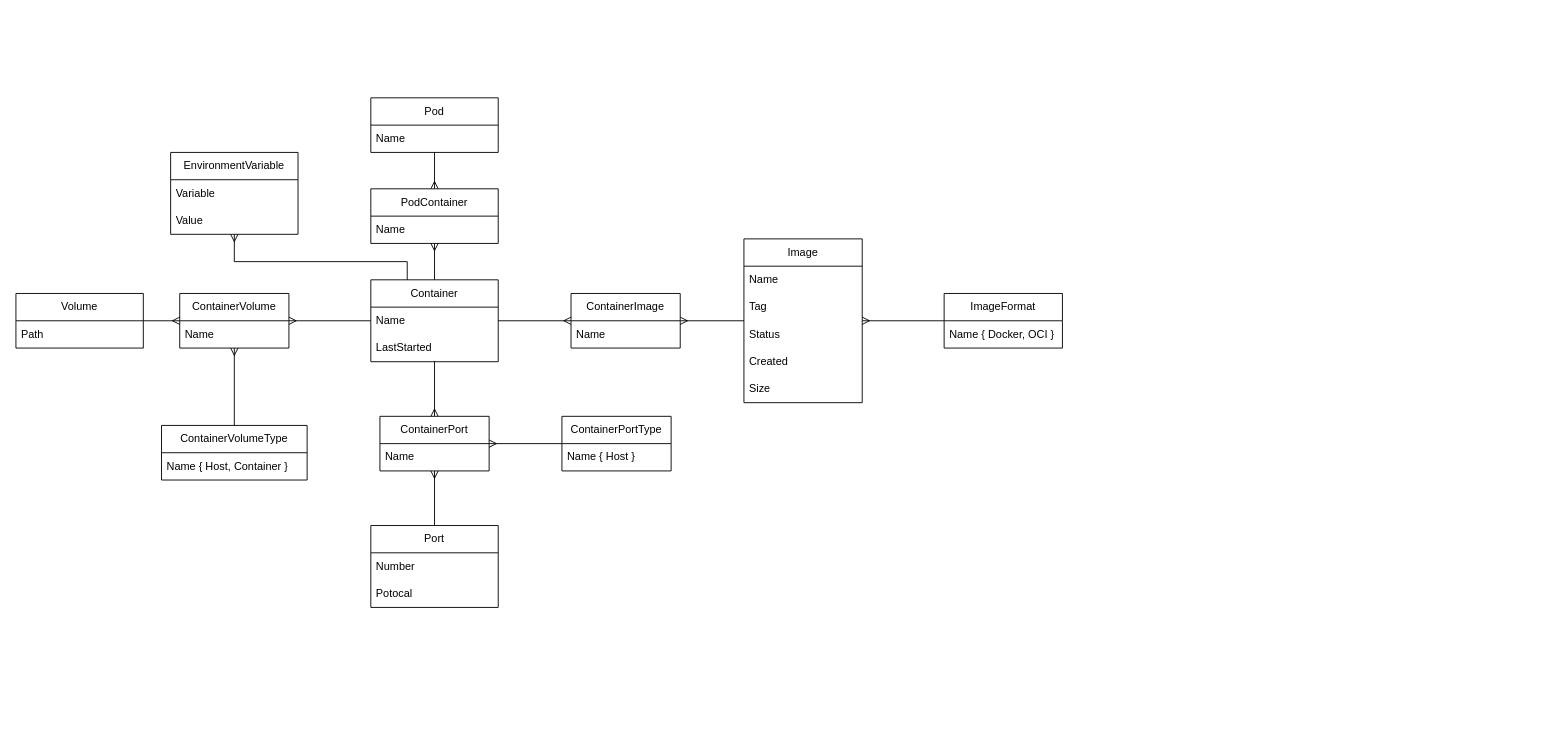
This is kubernetes.drawio from chavp/data-modeling, a draw.io file, before an edit. Source tidied: cells renumbered, new cells numbered last; positions are measured from the earlier drawing's top-left corner, leaving out a move shared by most shapes. Both pictures are drawn from the tidied source at 91%, with x=0, y=0 at pixel (15, 97).
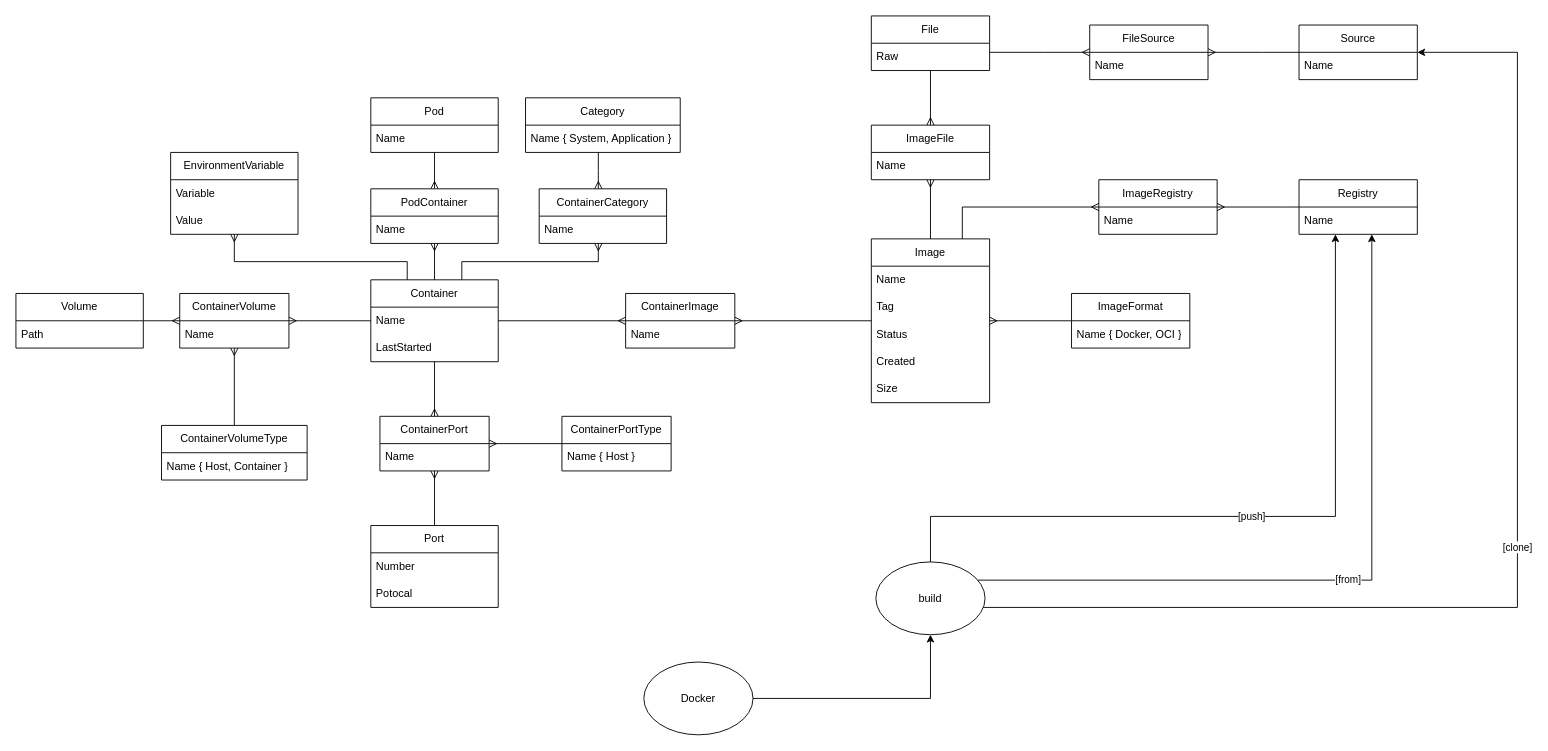
The same diagram, later.

The change refers to these unchanged cells:
```xml
<mxCell id="4" value="Container" style="swimlane;fontStyle=0;horizontal=1;startSize=30;whiteSpace=wrap;html=1;" parent="1" vertex="1">
  <mxGeometry x="390" y="200" width="140" height="90" as="geometry" />
</mxCell>
```

What changed in the source:
```diff
@@
     <mxCell id="7" value="Image" style="swimlane;fontStyle=0;horizontal=1;startSize=30;whiteSpace=wrap;html=1;" parent="1" vertex="1">
-      <mxGeometry x="800" y="155" width="130" height="180" as="geometry" />
+      <mxGeometry x="940" y="155" width="130" height="180" as="geometry" />
     </mxCell>
@@
     <mxCell id="19" value="ContainerImage" style="swimlane;fontStyle=0;horizontal=1;startSize=30;whiteSpace=wrap;html=1;" parent="1" vertex="1">
-      <mxGeometry x="610" y="215" width="120" height="60" as="geometry" />
+      <mxGeometry x="670" y="215" width="120" height="60" as="geometry" />
     </mxCell>
@@
     <mxCell id="44" value="ImageFormat" style="swimlane;fontStyle=0;horizontal=1;startSize=30;whiteSpace=wrap;html=1;" parent="1" vertex="1">
-      <mxGeometry x="1020" y="215" width="130" height="60" as="geometry" />
+      <mxGeometry x="1160" y="215" width="130" height="60" as="geometry" />
     </mxCell>
@@
+    <mxCell id="47" value="File" style="swimlane;fontStyle=0;horizontal=1;startSize=30;whiteSpace=wrap;html=1;" parent="1" vertex="1">
+      <mxGeometry x="940" y="-90" width="130" height="60" as="geometry" />
+    </mxCell>
+    <mxCell id="48" value="Raw" style="text;strokeColor=none;fillColor=none;align=left;verticalAlign=middle;spacingLeft=4;spacingRight=4;overflow=hidden;whiteSpace=wrap;html=1;" parent="47" vertex="1">
+      <mxGeometry y="30" width="130" height="30" as="geometry" />
+    </mxCell>
+    <mxCell id="49" value="ImageFile" style="swimlane;fontStyle=0;horizontal=1;startSize=30;whiteSpace=wrap;html=1;" parent="1" vertex="1">
+      <mxGeometry x="940" y="30" width="130" height="60" as="geometry" />
+    </mxCell>
+    <mxCell id="50" value="Name" style="text;strokeColor=none;fillColor=none;align=left;verticalAlign=middle;spacingLeft=4;spacingRight=4;overflow=hidden;whiteSpace=wrap;html=1;" parent="49" vertex="1">
+      <mxGeometry y="30" width="130" height="30" as="geometry" />
+    </mxCell>
+    <mxCell id="51" style="edgeStyle=orthogonalEdgeStyle;rounded=0;jettySize=auto;html=1;endArrow=none;endFill=0;startArrow=ERmany;startFill=0;" parent="1" edge="1" source="49" target="7">
+      <mxGeometry relative="1" as="geometry" />
+    </mxCell>
+    <mxCell id="52" style="edgeStyle=orthogonalEdgeStyle;rounded=0;jettySize=auto;html=1;endArrow=none;endFill=0;startArrow=ERmany;startFill=0;" parent="1" edge="1" source="49" target="47">
+      <mxGeometry relative="1" as="geometry" />
+    </mxCell>
+    <mxCell id="53" value="Registry" style="swimlane;fontStyle=0;horizontal=1;startSize=30;whiteSpace=wrap;html=1;" parent="1" vertex="1">
+      <mxGeometry x="1410" y="90" width="130" height="60" as="geometry" />
+    </mxCell>
+    <mxCell id="54" value="Name" style="text;strokeColor=none;fillColor=none;align=left;verticalAlign=middle;spacingLeft=4;spacingRight=4;overflow=hidden;whiteSpace=wrap;html=1;" parent="53" vertex="1">
+      <mxGeometry y="30" width="130" height="30" as="geometry" />
+    </mxCell>
+    <mxCell id="55" value="ImageRegistry" style="swimlane;fontStyle=0;horizontal=1;startSize=30;whiteSpace=wrap;html=1;" parent="1" vertex="1">
+      <mxGeometry x="1190" y="90" width="130" height="60" as="geometry" />
+    </mxCell>
+    <mxCell id="56" value="Name" style="text;strokeColor=none;fillColor=none;align=left;verticalAlign=middle;spacingLeft=4;spacingRight=4;overflow=hidden;whiteSpace=wrap;html=1;" parent="55" vertex="1">
+      <mxGeometry y="30" width="130" height="30" as="geometry" />
+    </mxCell>
+    <mxCell id="57" style="edgeStyle=orthogonalEdgeStyle;rounded=0;jettySize=auto;html=1;endArrow=none;endFill=0;startArrow=ERmany;startFill=0;" parent="1" edge="1" source="55" target="7">
+      <mxGeometry relative="1" as="geometry">
+        <Array as="points">
+          <mxPoint x="1040" y="120" />
+        </Array>
+      </mxGeometry>
+    </mxCell>
+    <mxCell id="58" style="edgeStyle=orthogonalEdgeStyle;rounded=0;jettySize=auto;html=1;endArrow=none;endFill=0;startArrow=ERmany;startFill=0;" parent="1" edge="1" source="55" target="53">
+      <mxGeometry relative="1" as="geometry">
+        <Array as="points">
+          <mxPoint x="1390" y="120" />
+          <mxPoint x="1390" y="120" />
+        </Array>
+      </mxGeometry>
+    </mxCell>
+    <mxCell id="59" value="Category" style="swimlane;fontStyle=0;horizontal=1;startSize=30;whiteSpace=wrap;html=1;" parent="1" vertex="1">
+      <mxGeometry x="560" width="170" height="60" as="geometry" />
+    </mxCell>
+    <mxCell id="60" value="Name { System, Application }" style="text;strokeColor=none;fillColor=none;align=left;verticalAlign=middle;spacingLeft=4;spacingRight=4;overflow=hidden;whiteSpace=wrap;html=1;" parent="59" vertex="1">
+      <mxGeometry y="30" width="170" height="30" as="geometry" />
+    </mxCell>
+    <mxCell id="61" value="ContainerCategory" style="swimlane;fontStyle=0;horizontal=1;startSize=30;whiteSpace=wrap;html=1;" parent="1" vertex="1">
+      <mxGeometry x="575" y="100" width="140" height="60" as="geometry" />
+    </mxCell>
+    <mxCell id="62" value="Name" style="text;strokeColor=none;fillColor=none;align=left;verticalAlign=middle;spacingLeft=4;spacingRight=4;overflow=hidden;whiteSpace=wrap;html=1;" parent="61" vertex="1">
+      <mxGeometry y="30" width="140" height="30" as="geometry" />
+    </mxCell>
+    <mxCell id="63" style="edgeStyle=orthogonalEdgeStyle;rounded=0;jettySize=auto;html=1;endArrow=none;endFill=0;startArrow=ERmany;startFill=0;" parent="1" edge="1" source="61" target="59">
+      <mxGeometry relative="1" as="geometry">
+        <Array as="points">
+          <mxPoint x="640" y="80" />
+          <mxPoint x="640" y="80" />
+        </Array>
+      </mxGeometry>
+    </mxCell>
+    <mxCell id="64" style="edgeStyle=orthogonalEdgeStyle;rounded=0;jettySize=auto;html=1;endArrow=none;endFill=0;startArrow=ERmany;startFill=0;" parent="1" edge="1" source="61" target="4">
+      <mxGeometry relative="1" as="geometry">
+        <Array as="points">
+          <mxPoint x="640" y="180" />
+          <mxPoint x="490" y="180" />
+        </Array>
+      </mxGeometry>
+    </mxCell>
+    <mxCell id="65" value="[push]" style="edgeStyle=orthogonalEdgeStyle;rounded=0;jettySize=auto;html=1;" parent="1" edge="1" source="68" target="53">
+      <mxGeometry relative="1" as="geometry">
+        <Array as="points">
+          <mxPoint x="1005" y="460" />
+          <mxPoint x="1450" y="460" />
+        </Array>
+      </mxGeometry>
+    </mxCell>
+    <mxCell id="66" value="[from]" style="edgeStyle=orthogonalEdgeStyle;rounded=0;jettySize=auto;html=1;" parent="1" edge="1" source="68" target="53">
+      <mxGeometry relative="1" as="geometry">
+        <Array as="points">
+          <mxPoint x="1490" y="530" />
+        </Array>
+      </mxGeometry>
+    </mxCell>
+    <mxCell id="67" value="[clone]" style="edgeStyle=orthogonalEdgeStyle;rounded=0;jettySize=auto;html=1;" parent="1" edge="1" source="68" target="71">
+      <mxGeometry relative="1" as="geometry">
+        <Array as="points">
+          <mxPoint x="1650" y="560" />
+          <mxPoint x="1650" y="-50" />
+        </Array>
+      </mxGeometry>
+    </mxCell>
+    <mxCell id="68" value="build" style="ellipse;whiteSpace=wrap;html=1;" parent="1" vertex="1">
+      <mxGeometry x="945" y="510" width="120" height="80" as="geometry" />
+    </mxCell>
+    <mxCell id="69" style="edgeStyle=orthogonalEdgeStyle;rounded=0;jettySize=auto;html=1;" parent="1" edge="1" source="70" target="68">
+      <mxGeometry relative="1" as="geometry">
+        <Array as="points">
+          <mxPoint x="1005" y="660" />
+        </Array>
+      </mxGeometry>
+    </mxCell>
+    <mxCell id="70" value="Docker" style="ellipse;whiteSpace=wrap;html=1;" parent="1" vertex="1">
+      <mxGeometry x="690" y="620" width="120" height="80" as="geometry" />
+    </mxCell>
+    <mxCell id="71" value="Source" style="swimlane;fontStyle=0;horizontal=1;startSize=30;whiteSpace=wrap;html=1;" parent="1" vertex="1">
+      <mxGeometry x="1410" y="-80" width="130" height="60" as="geometry" />
+    </mxCell>
+    <mxCell id="72" value="Name" style="text;strokeColor=none;fillColor=none;align=left;verticalAlign=middle;spacingLeft=4;spacingRight=4;overflow=hidden;whiteSpace=wrap;html=1;" parent="71" vertex="1">
+      <mxGeometry y="30" width="130" height="30" as="geometry" />
+    </mxCell>
+    <mxCell id="73" value="FileSource" style="swimlane;fontStyle=0;horizontal=1;startSize=30;whiteSpace=wrap;html=1;" parent="1" vertex="1">
+      <mxGeometry x="1180" y="-80" width="130" height="60" as="geometry" />
+    </mxCell>
+    <mxCell id="74" value="Name" style="text;strokeColor=none;fillColor=none;align=left;verticalAlign=middle;spacingLeft=4;spacingRight=4;overflow=hidden;whiteSpace=wrap;html=1;" parent="73" vertex="1">
+      <mxGeometry y="30" width="130" height="30" as="geometry" />
+    </mxCell>
+    <mxCell id="75" style="edgeStyle=orthogonalEdgeStyle;rounded=0;jettySize=auto;html=1;endArrow=none;endFill=0;startArrow=ERmany;startFill=0;" parent="1" edge="1" source="73" target="71">
+      <mxGeometry relative="1" as="geometry">
+        <Array as="points">
+          <mxPoint x="1370" y="-50" />
+          <mxPoint x="1370" y="-50" />
+        </Array>
+      </mxGeometry>
+    </mxCell>
+    <mxCell id="76" style="edgeStyle=orthogonalEdgeStyle;rounded=0;jettySize=auto;html=1;endArrow=none;endFill=0;startArrow=ERmany;startFill=0;" parent="1" edge="1" source="73" target="47">
+      <mxGeometry relative="1" as="geometry">
+        <Array as="points">
+          <mxPoint x="1130" y="-50" />
+          <mxPoint x="1130" y="-50" />
+        </Array>
+      </mxGeometry>
+    </mxCell>
```
